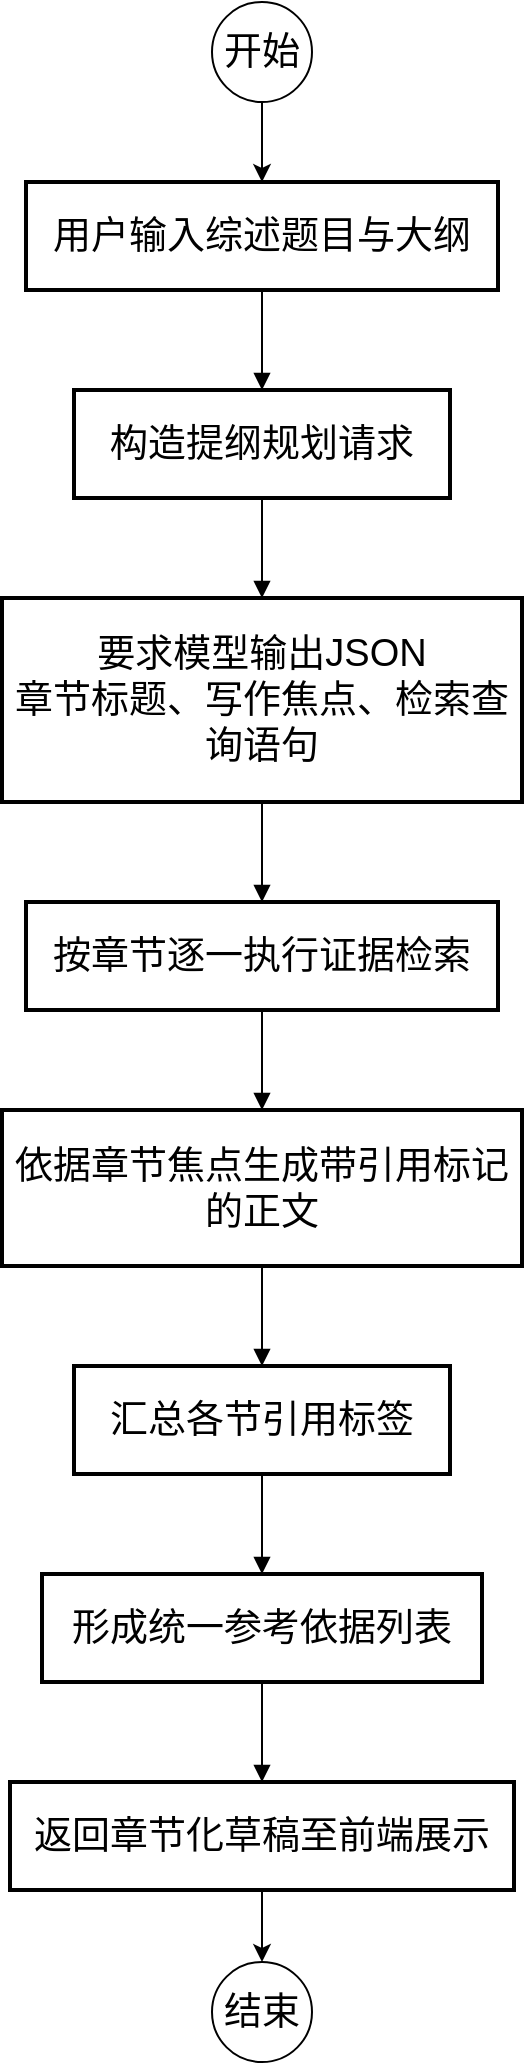
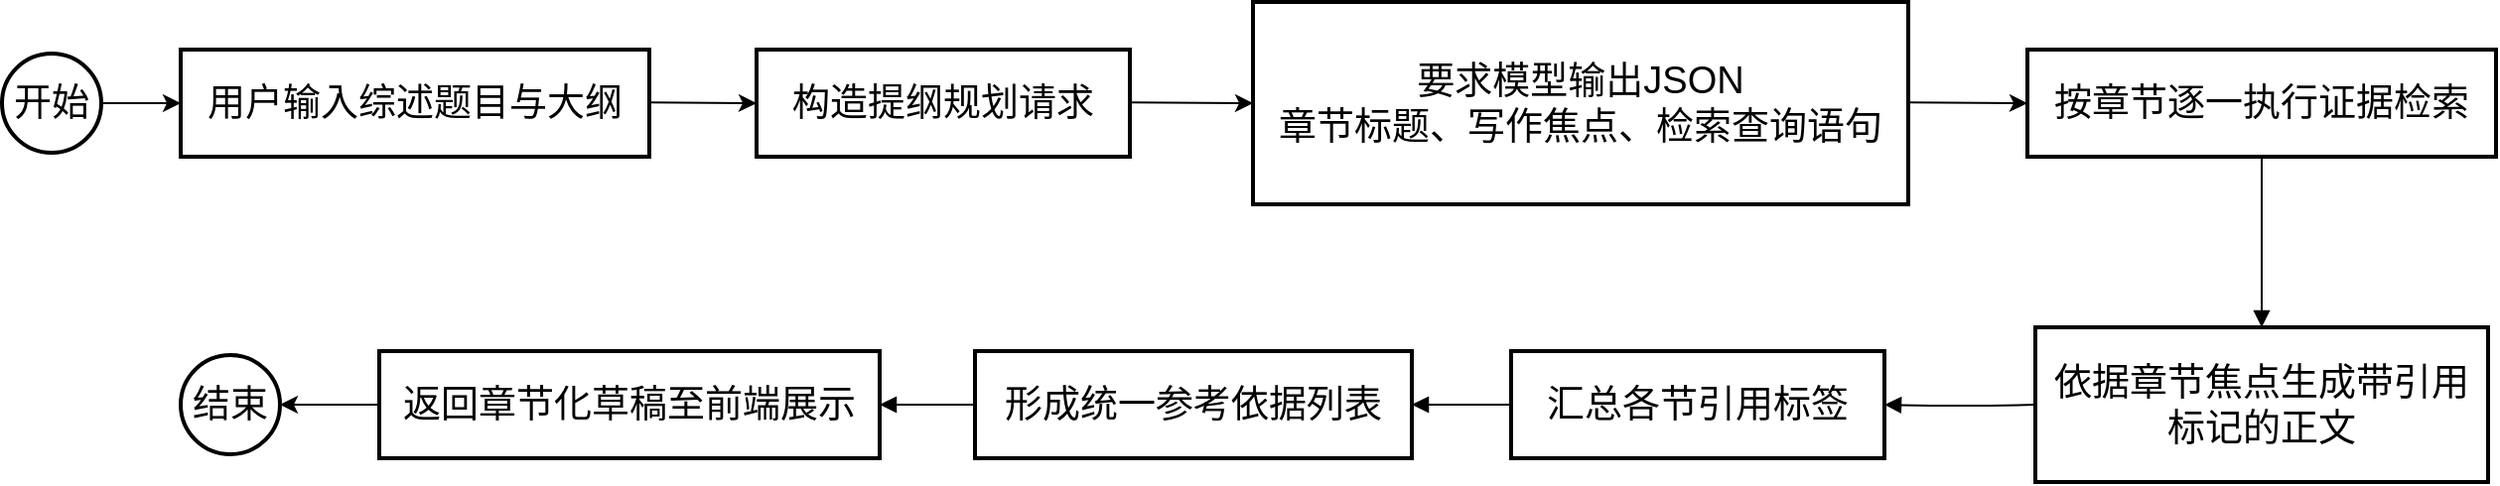
<mxfile host="app.diagrams.net">
  <diagram name="第 1 页" id="Kmn-2_1j6EvLc_S59b3U">
-     <mxGraphModel dx="1875" dy="1483" grid="1" gridSize="10" guides="1" tooltips="1" connect="1" arrows="1" fold="1" page="0" pageScale="1" pageWidth="827" pageHeight="1169" math="0" shadow="0">
+     <mxGraphModel dx="2206" dy="1212" grid="1" gridSize="10" guides="1" tooltips="1" connect="1" arrows="1" fold="1" page="0" pageScale="1" pageWidth="827" pageHeight="1169" math="0" shadow="0">
      <root>
        <mxCell id="0" />
        <mxCell id="1" parent="0" />
        <mxCell id="5-UZS_PMeDbKja0022Ew-1" parent="1" style="whiteSpace=wrap;strokeWidth=2;fontSize=19;" value="用户输入综述题目与大纲" vertex="1">
-           <mxGeometry height="54" width="236" x="32" y="20" as="geometry" />
+           <mxGeometry height="54" width="236" x="-320" y="20" as="geometry" />
        </mxCell>
        <mxCell id="5-UZS_PMeDbKja0022Ew-2" parent="1" style="whiteSpace=wrap;strokeWidth=2;fontSize=19;" value="构造提纲规划请求" vertex="1">
-           <mxGeometry height="54" width="188" x="56" y="124" as="geometry" />
+           <mxGeometry height="54" width="188" x="-30" y="20" as="geometry" />
        </mxCell>
        <mxCell id="5-UZS_PMeDbKja0022Ew-3" parent="1" style="whiteSpace=wrap;strokeWidth=2;fontSize=19;" value="要求模型输出JSON&#xa;章节标题、写作焦点、检索查询语句" vertex="1">
-           <mxGeometry height="102" width="260" x="20" y="228" as="geometry" />
+           <mxGeometry height="102" width="330" x="220" y="-4" as="geometry" />
        </mxCell>
        <mxCell id="5-UZS_PMeDbKja0022Ew-4" parent="1" style="whiteSpace=wrap;strokeWidth=2;fontSize=19;" value="按章节逐一执行证据检索" vertex="1">
-           <mxGeometry height="54" width="236" x="32" y="380" as="geometry" />
+           <mxGeometry height="54" width="236" x="610" y="20" as="geometry" />
        </mxCell>
        <mxCell id="5-UZS_PMeDbKja0022Ew-5" parent="1" style="whiteSpace=wrap;strokeWidth=2;fontSize=19;" value="依据章节焦点生成带引用标记的正文" vertex="1">
-           <mxGeometry height="78" width="260" x="20" y="484" as="geometry" />
+           <mxGeometry height="78" width="228" x="614" y="160" as="geometry" />
        </mxCell>
        <mxCell id="5-UZS_PMeDbKja0022Ew-6" parent="1" style="whiteSpace=wrap;strokeWidth=2;fontSize=19;" value="汇总各节引用标签" vertex="1">
-           <mxGeometry height="54" width="188" x="56" y="612" as="geometry" />
+           <mxGeometry height="54" width="188" x="350" y="172" as="geometry" />
        </mxCell>
        <mxCell id="5-UZS_PMeDbKja0022Ew-7" parent="1" style="whiteSpace=wrap;strokeWidth=2;fontSize=19;" value="形成统一参考依据列表" vertex="1">
-           <mxGeometry height="54" width="220" x="40" y="716" as="geometry" />
+           <mxGeometry height="54" width="220" x="80" y="172" as="geometry" />
        </mxCell>
        <mxCell id="5-UZS_PMeDbKja0022Ew-8" parent="1" style="whiteSpace=wrap;strokeWidth=2;fontSize=19;" value="返回章节化草稿至前端展示" vertex="1">
-           <mxGeometry height="54" width="252" x="24" y="820" as="geometry" />
-         </mxCell>
-         <mxCell id="5-UZS_PMeDbKja0022Ew-9" edge="1" parent="1" source="5-UZS_PMeDbKja0022Ew-1" style="curved=1;startArrow=none;endArrow=block;exitX=0.5;exitY=1;entryX=0.5;entryY=0;rounded=0;fontSize=19;" target="5-UZS_PMeDbKja0022Ew-2" value="">
-           <mxGeometry relative="1" as="geometry">
-             <Array as="points" />
-           </mxGeometry>
-         </mxCell>
-         <mxCell id="5-UZS_PMeDbKja0022Ew-10" edge="1" parent="1" source="5-UZS_PMeDbKja0022Ew-2" style="curved=1;startArrow=none;endArrow=block;exitX=0.5;exitY=1;entryX=0.5;entryY=0;rounded=0;fontSize=19;" target="5-UZS_PMeDbKja0022Ew-3" value="">
-           <mxGeometry relative="1" as="geometry">
-             <Array as="points" />
-           </mxGeometry>
-         </mxCell>
-         <mxCell id="5-UZS_PMeDbKja0022Ew-11" edge="1" parent="1" source="5-UZS_PMeDbKja0022Ew-3" style="curved=1;startArrow=none;endArrow=block;exitX=0.5;exitY=1;entryX=0.5;entryY=0;rounded=0;fontSize=19;" target="5-UZS_PMeDbKja0022Ew-4" value="">
-           <mxGeometry relative="1" as="geometry">
-             <Array as="points" />
-           </mxGeometry>
+           <mxGeometry height="54" width="252" x="-220" y="172" as="geometry" />
        </mxCell>
        <mxCell id="5-UZS_PMeDbKja0022Ew-12" edge="1" parent="1" source="5-UZS_PMeDbKja0022Ew-4" style="curved=1;startArrow=none;endArrow=block;exitX=0.5;exitY=1;entryX=0.5;entryY=0;rounded=0;fontSize=19;" target="5-UZS_PMeDbKja0022Ew-5" value="">
          <mxGeometry relative="1" as="geometry">
            <Array as="points" />
          </mxGeometry>
        </mxCell>
-         <mxCell id="5-UZS_PMeDbKja0022Ew-13" edge="1" parent="1" source="5-UZS_PMeDbKja0022Ew-5" style="curved=1;startArrow=none;endArrow=block;exitX=0.5;exitY=1;entryX=0.5;entryY=0;rounded=0;fontSize=19;" target="5-UZS_PMeDbKja0022Ew-6" value="">
+         <mxCell id="5-UZS_PMeDbKja0022Ew-13" edge="1" parent="1" source="5-UZS_PMeDbKja0022Ew-5" style="curved=1;startArrow=none;endArrow=block;exitX=0;exitY=0.5;entryX=1;entryY=0.5;rounded=0;fontSize=19;exitDx=0;exitDy=0;entryDx=0;entryDy=0;" target="5-UZS_PMeDbKja0022Ew-6" value="">
+           <mxGeometry relative="1" as="geometry">
+             <Array as="points">
+               <mxPoint x="580" y="200" />
+             </Array>
+           </mxGeometry>
+         </mxCell>
+         <mxCell id="5-UZS_PMeDbKja0022Ew-14" edge="1" parent="1" source="5-UZS_PMeDbKja0022Ew-6" style="curved=1;startArrow=none;endArrow=block;exitX=0;exitY=0.5;entryX=1;entryY=0.5;rounded=0;fontSize=19;entryDx=0;entryDy=0;exitDx=0;exitDy=0;" target="5-UZS_PMeDbKja0022Ew-7" value="">
          <mxGeometry relative="1" as="geometry">
            <Array as="points" />
          </mxGeometry>
        </mxCell>
-         <mxCell id="5-UZS_PMeDbKja0022Ew-14" edge="1" parent="1" source="5-UZS_PMeDbKja0022Ew-6" style="curved=1;startArrow=none;endArrow=block;exitX=0.5;exitY=1;entryX=0.5;entryY=0;rounded=0;fontSize=19;" target="5-UZS_PMeDbKja0022Ew-7" value="">
+         <mxCell id="5-UZS_PMeDbKja0022Ew-15" edge="1" parent="1" source="5-UZS_PMeDbKja0022Ew-7" style="curved=1;startArrow=none;endArrow=block;exitX=0;exitY=0.5;entryX=1;entryY=0.5;rounded=0;fontSize=19;entryDx=0;entryDy=0;exitDx=0;exitDy=0;" target="5-UZS_PMeDbKja0022Ew-8" value="">
          <mxGeometry relative="1" as="geometry">
            <Array as="points" />
          </mxGeometry>
        </mxCell>
-         <mxCell id="5-UZS_PMeDbKja0022Ew-15" edge="1" parent="1" source="5-UZS_PMeDbKja0022Ew-7" style="curved=1;startArrow=none;endArrow=block;exitX=0.5;exitY=1;entryX=0.5;entryY=0;rounded=0;fontSize=19;" target="5-UZS_PMeDbKja0022Ew-8" value="">
-           <mxGeometry relative="1" as="geometry">
-             <Array as="points" />
+         <mxCell id="5-UZS_PMeDbKja0022Ew-16" parent="1" style="ellipse;whiteSpace=wrap;html=1;aspect=fixed;fontSize=19;strokeWidth=2;" value="开始" vertex="1">
+           <mxGeometry height="50" width="50" x="-410" y="22" as="geometry" />
+         </mxCell>
+         <mxCell id="AJxz1pY6SiiSFGa8vm3V-1" parent="1" style="ellipse;whiteSpace=wrap;html=1;aspect=fixed;fontSize=19;strokeWidth=2;" value="结束" vertex="1">
+           <mxGeometry height="50" width="50" x="-320" y="174" as="geometry" />
+         </mxCell>
+         <mxCell id="AJxz1pY6SiiSFGa8vm3V-2" edge="1" parent="1" source="5-UZS_PMeDbKja0022Ew-16" style="endArrow=classic;html=1;rounded=0;exitX=1;exitY=0.5;exitDx=0;exitDy=0;entryX=0;entryY=0.5;entryDx=0;entryDy=0;" target="5-UZS_PMeDbKja0022Ew-1" value="">
+           <mxGeometry height="50" relative="1" width="50" as="geometry">
+             <mxPoint x="10" y="280" as="sourcePoint" />
+             <mxPoint x="60" y="230" as="targetPoint" />
          </mxGeometry>
        </mxCell>
-         <mxCell id="5-UZS_PMeDbKja0022Ew-16" parent="1" style="ellipse;whiteSpace=wrap;html=1;aspect=fixed;fontSize=19;" value="开始" vertex="1">
-           <mxGeometry height="50" width="50" x="125" y="-70" as="geometry" />
-         </mxCell>
-         <mxCell id="5-UZS_PMeDbKja0022Ew-17" edge="1" parent="1" style="endArrow=classic;html=1;rounded=0;entryX=0.5;entryY=0;entryDx=0;entryDy=0;fontSize=19;" target="5-UZS_PMeDbKja0022Ew-1" value="">
+         <mxCell id="AJxz1pY6SiiSFGa8vm3V-3" edge="1" parent="1" style="endArrow=classic;html=1;rounded=0;exitX=1;exitY=0.5;exitDx=0;exitDy=0;entryX=0;entryY=0.5;entryDx=0;entryDy=0;" target="5-UZS_PMeDbKja0022Ew-2" value="">
          <mxGeometry height="50" relative="1" width="50" as="geometry">
-             <mxPoint x="150" y="-20" as="sourcePoint" />
-             <mxPoint x="200" y="-70" as="targetPoint" />
+             <mxPoint x="-84" y="46.64" as="sourcePoint" />
+             <mxPoint x="-44" y="46.64" as="targetPoint" />
          </mxGeometry>
        </mxCell>
-         <mxCell id="5-UZS_PMeDbKja0022Ew-18" parent="1" style="ellipse;whiteSpace=wrap;html=1;aspect=fixed;fontSize=19;" value="结束" vertex="1">
-           <mxGeometry height="50" width="50" x="125" y="910" as="geometry" />
+         <mxCell id="AJxz1pY6SiiSFGa8vm3V-4" edge="1" parent="1" style="endArrow=classic;html=1;rounded=0;exitX=1;exitY=0.5;exitDx=0;exitDy=0;entryX=0;entryY=0.5;entryDx=0;entryDy=0;" target="5-UZS_PMeDbKja0022Ew-3" value="">
+           <mxGeometry height="50" relative="1" width="50" as="geometry">
+             <mxPoint x="158" y="46.64" as="sourcePoint" />
+             <mxPoint x="198" y="46.64" as="targetPoint" />
+           </mxGeometry>
        </mxCell>
-         <mxCell id="5-UZS_PMeDbKja0022Ew-19" edge="1" parent="1" style="endArrow=classic;html=1;rounded=0;entryX=0.5;entryY=0;entryDx=0;entryDy=0;fontSize=19;" target="5-UZS_PMeDbKja0022Ew-18" value="">
+         <mxCell id="AJxz1pY6SiiSFGa8vm3V-5" edge="1" parent="1" style="endArrow=classic;html=1;rounded=0;exitX=1;exitY=0.5;exitDx=0;exitDy=0;entryX=0;entryY=0.5;entryDx=0;entryDy=0;" target="5-UZS_PMeDbKja0022Ew-4" value="">
          <mxGeometry height="50" relative="1" width="50" as="geometry">
-             <mxPoint x="150" y="874" as="sourcePoint" />
-             <mxPoint x="200" y="824" as="targetPoint" />
+             <mxPoint x="550" y="46.64" as="sourcePoint" />
+             <mxPoint x="590" y="46.64" as="targetPoint" />
+           </mxGeometry>
+         </mxCell>
+         <mxCell id="AJxz1pY6SiiSFGa8vm3V-6" edge="1" parent="1" source="5-UZS_PMeDbKja0022Ew-8" style="endArrow=classic;html=1;rounded=0;entryX=1;entryY=0.5;entryDx=0;entryDy=0;" target="AJxz1pY6SiiSFGa8vm3V-1" value="">
+           <mxGeometry height="50" relative="1" width="50" as="geometry">
+             <mxPoint x="-260" y="230" as="sourcePoint" />
+             <mxPoint x="-220" y="230" as="targetPoint" />
          </mxGeometry>
        </mxCell>
      </root>
    </mxGraphModel>
  </diagram>
</mxfile>
